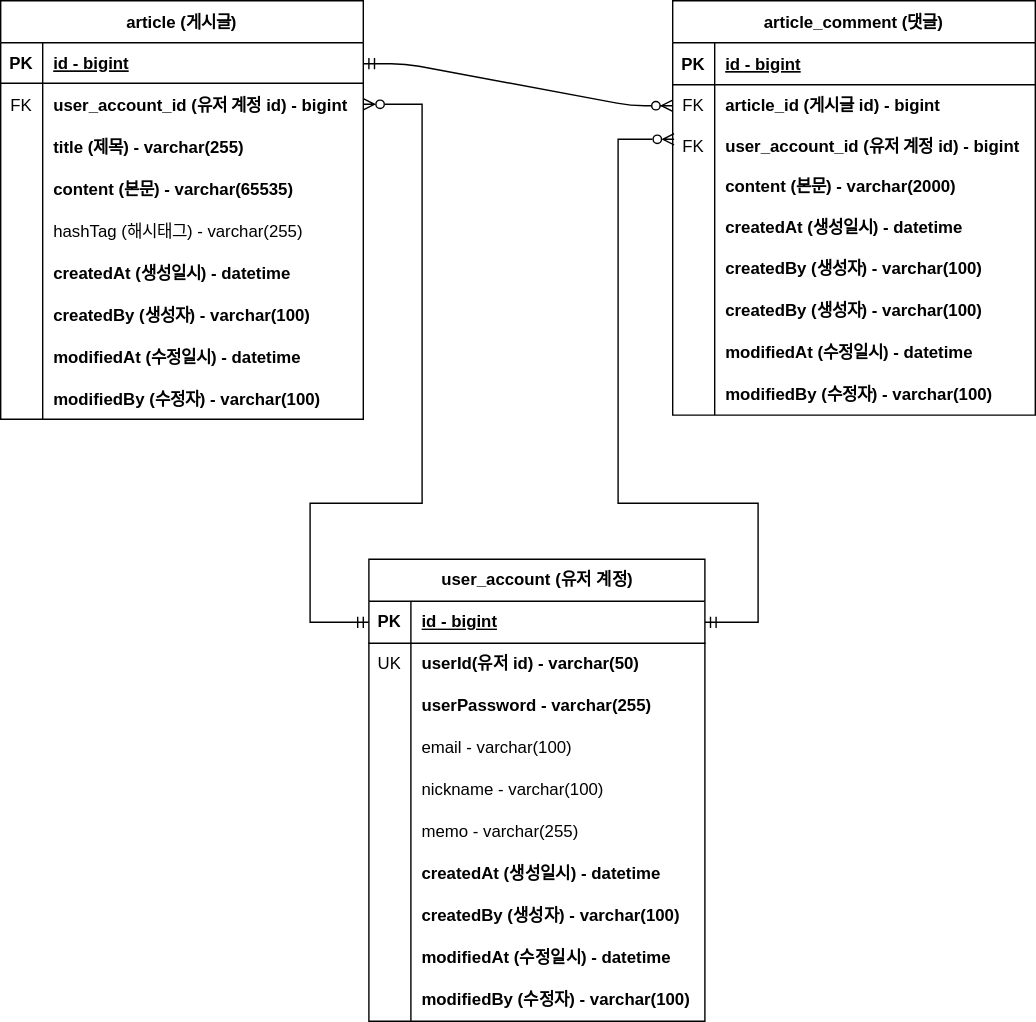
This is document/project-board-erd.svg from sungjun1116/project-board, a draw.io export, as it was before one commit. Source tidied: cells renumbered, new cells last; positions are measured from the earlier drawing's top-left corner, leaving out a move shared by most shapes.
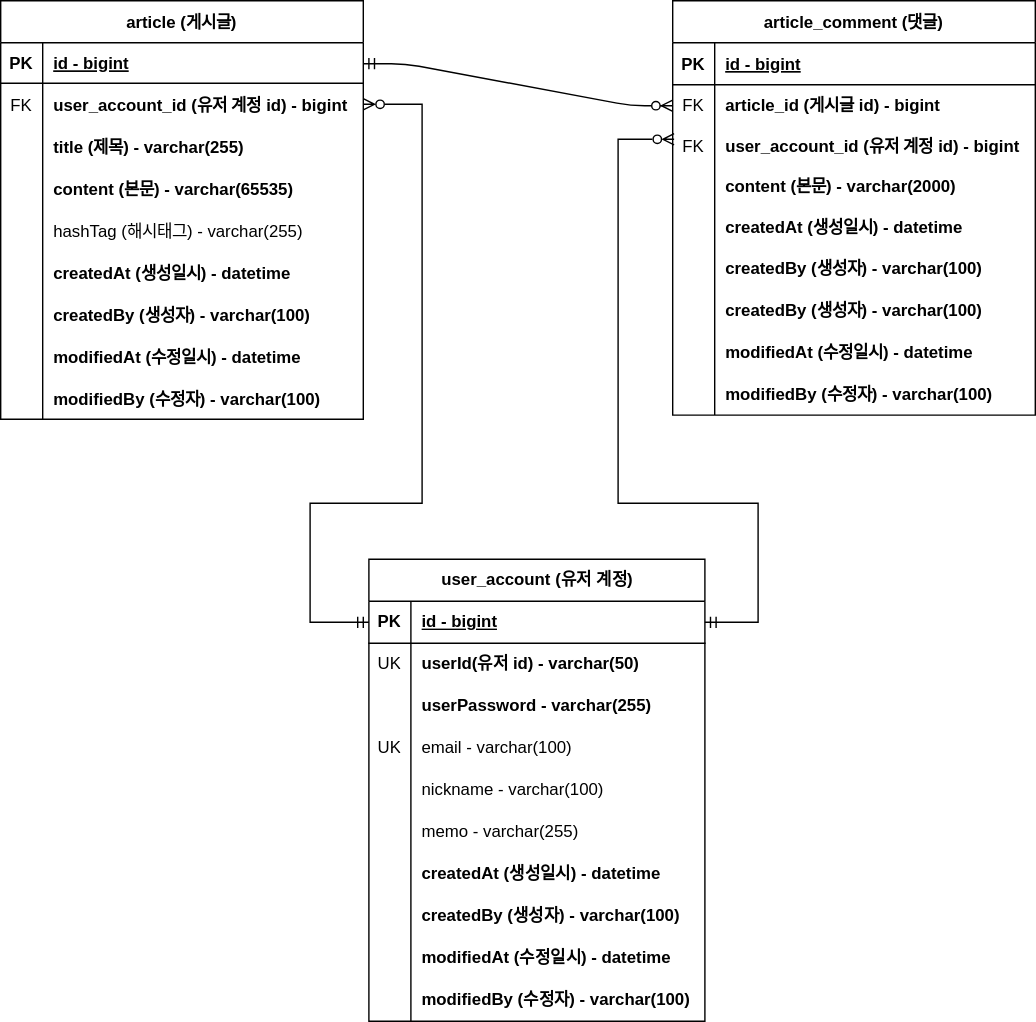
The same file after the commit.

Commit message:
#28 - ERD 업데이트: 회원 계정 도메인의 이메일에 유니크 키 추가

Diff of the diagram source:
```diff
@@ -233,7 +233,7 @@
     <mxCell id="71" style="shape=tableRow;horizontal=0;startSize=0;swimlaneHead=0;swimlaneBody=0;fillColor=none;top=0;left=0;right=0;bottom=0;" parent="61" vertex="1">
       <mxGeometry y="120" width="240" height="30" as="geometry" />
     </mxCell>
-    <mxCell id="72" style="shape=partialRectangle;fillColor=none;top=0;left=0;bottom=0;right=0;overflow=hidden;whiteSpace=wrap;html=1;" parent="71" vertex="1">
+    <mxCell id="72" value="UK" style="shape=partialRectangle;fillColor=none;top=0;left=0;bottom=0;right=0;overflow=hidden;whiteSpace=wrap;html=1;" parent="71" vertex="1">
       <mxGeometry width="30" height="30" as="geometry" />
     </mxCell>
     <mxCell id="73" value="email - varchar(100)" style="shape=partialRectangle;fillColor=none;top=0;left=0;bottom=0;right=0;align=left;spacingLeft=6;overflow=hidden;whiteSpace=wrap;html=1;" parent="71" vertex="1">
```
